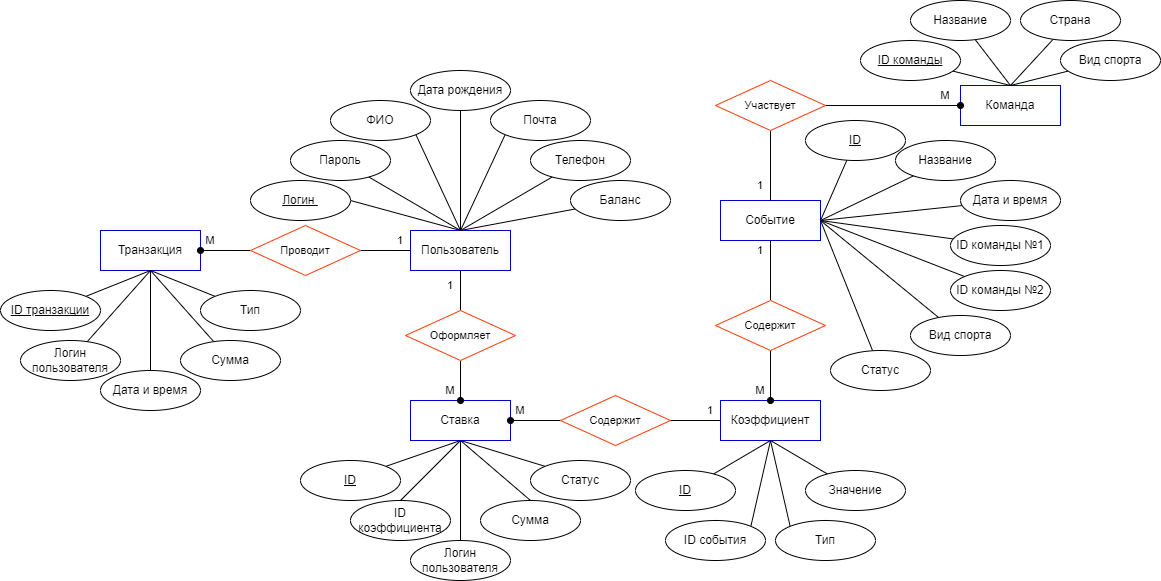
Above: бд/курсач/ERD.png in ainesskk/term5 (draw.io), before the change. Source tidied: cells renumbered, new cells last; positions are measured from the earlier drawing's top-left corner, leaving out a move shared by most shapes.
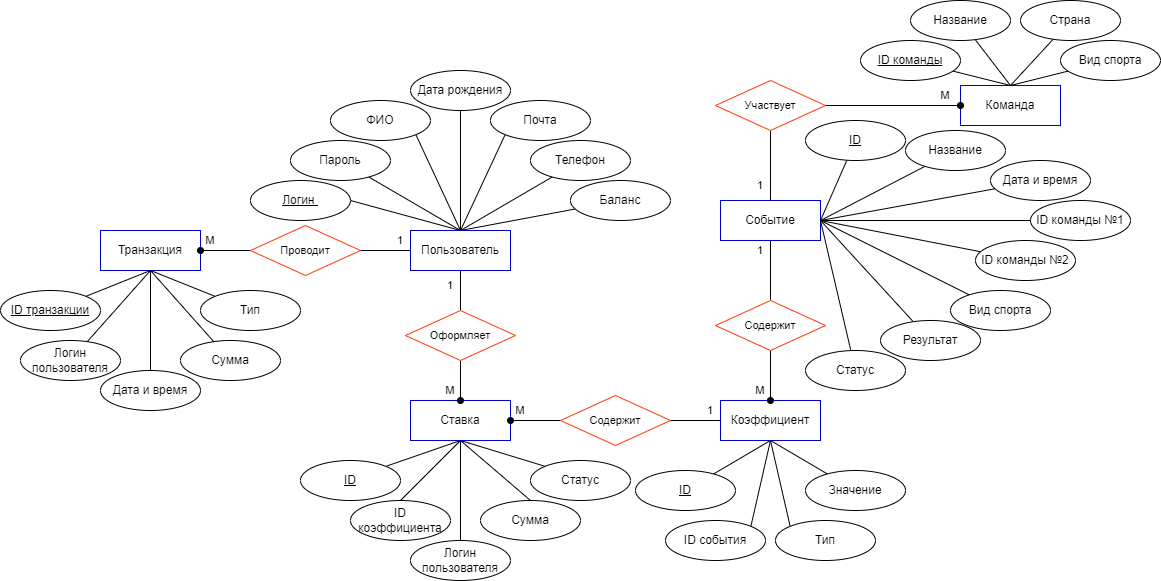
After the change.

Change to the diagram source:
```diff
@@ -167,25 +167,25 @@
       <mxGeometry relative="1" as="geometry" />
     </mxCell>
     <mxCell id="56" value="Название" style="ellipse;whiteSpace=wrap;html=1;align=center;" parent="1" vertex="1">
-      <mxGeometry x="895" y="140" width="100" height="40" as="geometry" />
+      <mxGeometry x="905" y="130" width="100" height="40" as="geometry" />
     </mxCell>
     <mxCell id="57" style="edgeStyle=none;shape=connector;rounded=0;jettySize=auto;html=1;entryX=1;entryY=0.5;entryDx=0;entryDy=0;strokeColor=default;align=center;verticalAlign=middle;fontFamily=Helvetica;fontSize=11;fontColor=default;labelBackgroundColor=default;endArrow=none;endFill=0;" parent="1" edge="1" source="58" target="8">
       <mxGeometry relative="1" as="geometry" />
     </mxCell>
     <mxCell id="58" value="Дата и время" style="ellipse;whiteSpace=wrap;html=1;align=center;" parent="1" vertex="1">
-      <mxGeometry x="960" y="180" width="100" height="40" as="geometry" />
+      <mxGeometry x="990" y="160" width="100" height="40" as="geometry" />
     </mxCell>
     <mxCell id="59" style="edgeStyle=none;shape=connector;rounded=0;jettySize=auto;html=1;entryX=1;entryY=0.5;entryDx=0;entryDy=0;strokeColor=default;align=center;verticalAlign=middle;fontFamily=Helvetica;fontSize=11;fontColor=default;labelBackgroundColor=default;endArrow=none;endFill=0;" parent="1" edge="1" source="60" target="8">
       <mxGeometry relative="1" as="geometry" />
     </mxCell>
     <mxCell id="60" value="Ви&lt;span style=&quot;color: rgba(0, 0, 0, 0); font-family: monospace; font-size: 0px; text-align: start; text-wrap: nowrap;&quot;&gt;%3CmxGraphModel%3E%3Croot%3E%3CmxCell%20id%3D%220%22%2F%3E%3CmxCell%20id%3D%221%22%20parent%3D%220%22%2F%3E%3CmxCell%20id%3D%222%22%20value%3D%22%D0%94%D0%B0%D1%82%D0%B0%20%D0%B8%20%D0%B2%D1%80%D0%B5%D0%BC%D1%8F%22%20style%3D%22ellipse%3BwhiteSpace%3Dwrap%3Bhtml%3D1%3Balign%3Dcenter%3B%22%20vertex%3D%221%22%20parent%3D%221%22%3E%3CmxGeometry%20x%3D%22640%22%20y%3D%22290%22%20width%3D%22100%22%20height%3D%2240%22%20as%3D%22geometry%22%2F%3E%3C%2FmxCell%3E%3C%2Froot%3E%3C%2FmxGraphModel%3E&lt;/span&gt;д спорта&lt;span style=&quot;color: rgba(0, 0, 0, 0); font-family: monospace; font-size: 0px; text-align: start; text-wrap: nowrap;&quot;&gt;%3CmxGraphModel%3E%3Croot%3E%3CmxCell%20id%3D%220%22%2F%3E%3CmxCell%20id%3D%221%22%20parent%3D%220%22%2F%3E%3CmxCell%20id%3D%222%22%20value%3D%22%D0%94%D0%B0%D1%82%D0%B0%20%D0%B8%20%D0%B2%D1%80%D0%B5%D0%BC%D1%8F%22%20style%3D%22ellipse%3BwhiteSpace%3Dwrap%3Bhtml%3D1%3Balign%3Dcenter%3B%22%20vertex%3D%221%22%20parent%3D%221%22%3E%3CmxGeometry%20x%3D%22640%22%20y%3D%22290%22%20width%3D%22100%22%20height%3D%2240%22%20as%3D%22geometry%22%2F%3E%3C%2FmxCell%3E%3C%2Froot%3E%3C%2FmxGraphModel%3E&lt;/span&gt;" style="ellipse;whiteSpace=wrap;html=1;align=center;" parent="1" vertex="1">
-      <mxGeometry x="910" y="315" width="100" height="40" as="geometry" />
+      <mxGeometry x="950" y="290" width="100" height="40" as="geometry" />
     </mxCell>
     <mxCell id="61" style="edgeStyle=none;shape=connector;rounded=0;jettySize=auto;html=1;entryX=1;entryY=0.5;entryDx=0;entryDy=0;strokeColor=default;align=center;verticalAlign=middle;fontFamily=Helvetica;fontSize=11;fontColor=default;labelBackgroundColor=default;endArrow=none;endFill=0;" parent="1" edge="1" source="62" target="8">
       <mxGeometry relative="1" as="geometry" />
     </mxCell>
     <mxCell id="62" value="Статус" style="ellipse;whiteSpace=wrap;html=1;align=center;" parent="1" vertex="1">
-      <mxGeometry x="830" y="350" width="100" height="40" as="geometry" />
+      <mxGeometry x="805" y="350" width="100" height="40" as="geometry" />
     </mxCell>
     <mxCell id="63" style="edgeStyle=none;shape=connector;rounded=0;jettySize=auto;html=1;entryX=0.5;entryY=0;entryDx=0;entryDy=0;strokeColor=default;align=center;verticalAlign=middle;fontFamily=Helvetica;fontSize=11;fontColor=default;labelBackgroundColor=default;endArrow=none;endFill=0;" parent="1" edge="1" source="64" target="17">
       <mxGeometry relative="1" as="geometry" />
@@ -281,13 +281,19 @@
       <mxGeometry relative="1" as="geometry" />
     </mxCell>
     <mxCell id="94" value="ID команды №1" style="ellipse;whiteSpace=wrap;html=1;align=center;" parent="1" vertex="1">
-      <mxGeometry x="950" y="225" width="100" height="40" as="geometry" />
+      <mxGeometry x="1030" y="200" width="100" height="40" as="geometry" />
     </mxCell>
     <mxCell id="95" style="rounded=0;jettySize=auto;html=1;entryX=1;entryY=0.5;entryDx=0;entryDy=0;endArrow=none;endFill=0;" parent="1" edge="1" source="96" target="8">
       <mxGeometry relative="1" as="geometry" />
     </mxCell>
     <mxCell id="96" value="ID команды №2" style="ellipse;whiteSpace=wrap;html=1;align=center;" parent="1" vertex="1">
-      <mxGeometry x="950" y="270" width="100" height="40" as="geometry" />
+      <mxGeometry x="975" y="240" width="100" height="40" as="geometry" />
     </mxCell>
+    <mxCell id="97" style="rounded=0;jettySize=auto;html=1;entryX=1;entryY=0.5;entryDx=0;entryDy=0;endArrow=none;endFill=0;" parent="1" edge="1" source="98" target="8">
+      <mxGeometry relative="1" as="geometry" />
+    </mxCell>
+    <mxCell id="98" value="Результат" style="ellipse;whiteSpace=wrap;html=1;align=center;" parent="1" vertex="1">
+      <mxGeometry x="880" y="320" width="100" height="40" as="geometry" />
+    </mxCell>
   </root>
 </mxGraphModel>
```
